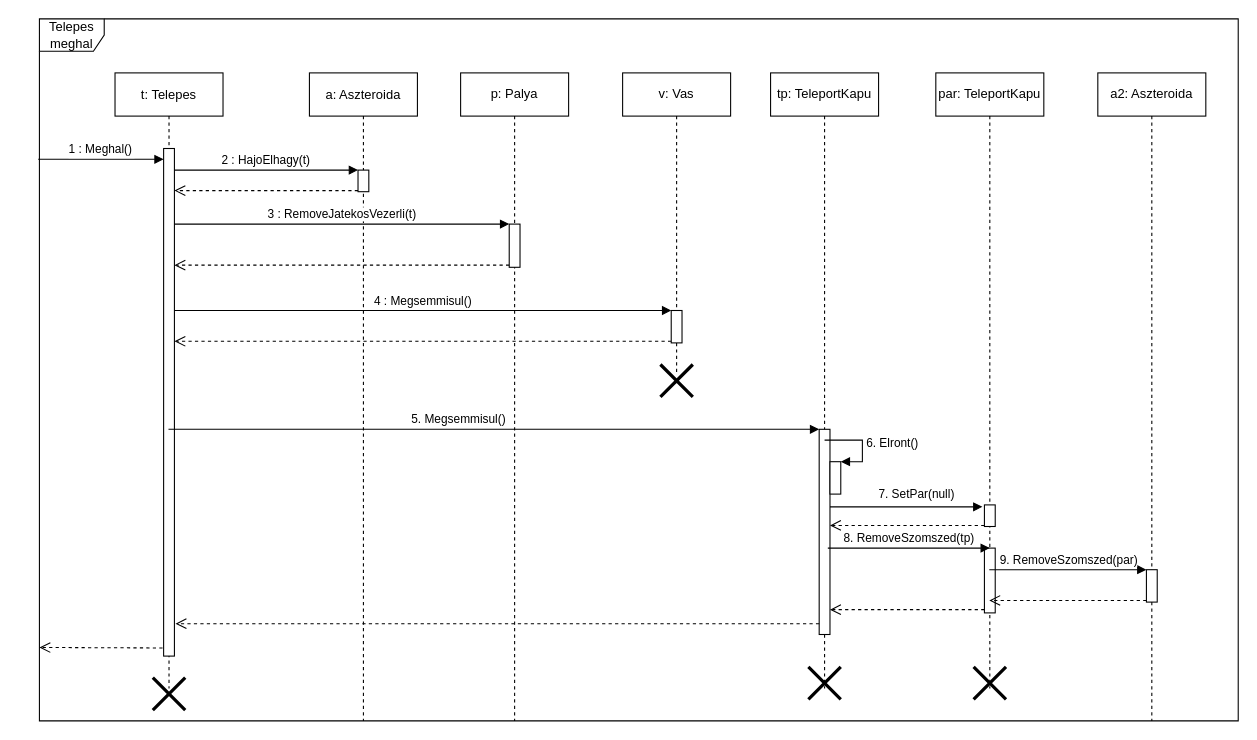
The draw.io diagram page "teleportkapu parjat mar kirakta" (1 of 3) of doc/szekvencia/4het_szek_telepesMeghal.drawio in torpeBoiGo/aszteroidabanyaszat, before the edit. Source tidied: cells renumbered, new cells numbered last; positions are measured from the earlier drawing's top-left corner, leaving out a move shared by most shapes. Both pictures are drawn from the tidied source at 108%, with x=0, y=0 at pixel (39, 18).
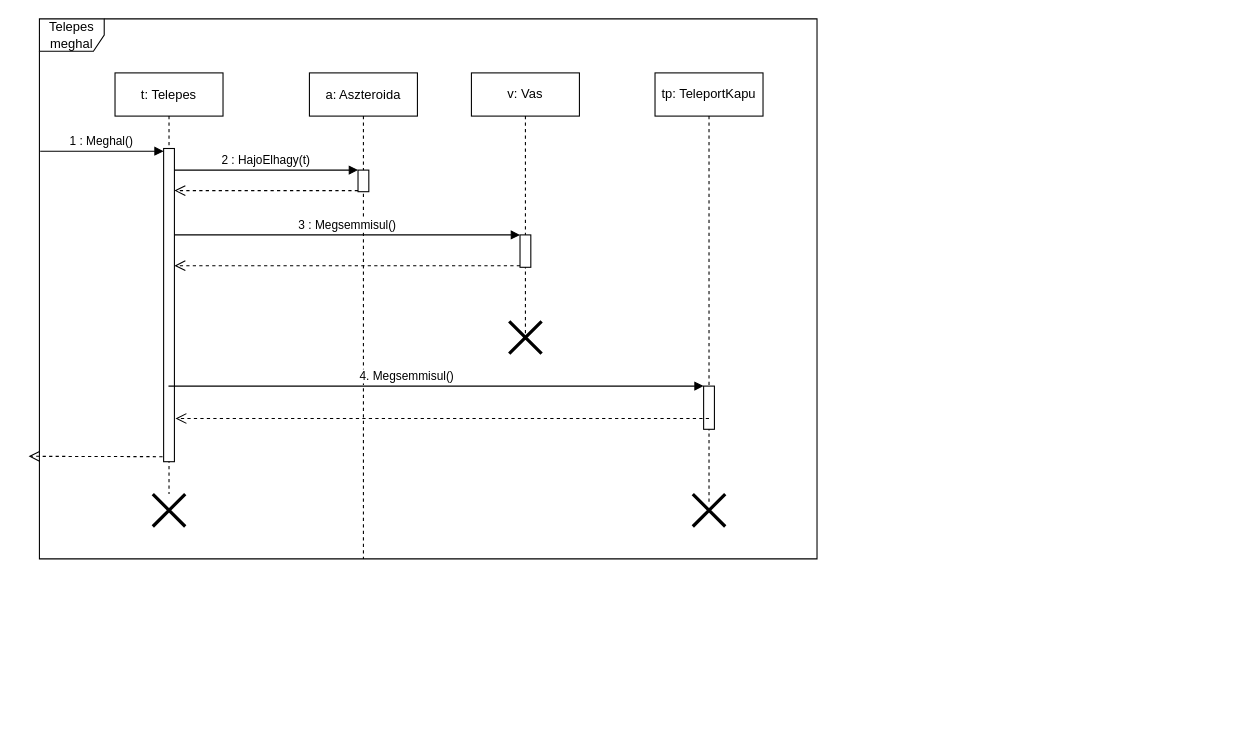
The same diagram, later.

Commit message (it also covers changes not shown here):
Update 4het_szek_telepesMeghal.drawio: teleport kapu megsemmisul kulon

Diff of the diagram source:
```diff
@@
     <mxCell id="2" value="Telepes meghal" style="shape=umlFrame;whiteSpace=wrap;html=1;" parent="1" vertex="1">
-      <mxGeometry width="1110" height="650" as="geometry" />
+      <mxGeometry width="720" height="500" as="geometry" />
     </mxCell>
     <mxCell id="3" value="t: Telepes" style="shape=umlLifeline;perimeter=lifelinePerimeter;rounded=0;shadow=0;strokeWidth=1;" parent="1" vertex="1">
-      <mxGeometry x="70" y="50" width="100" height="570" as="geometry" />
+      <mxGeometry x="70" y="50" width="100" height="390" as="geometry" />
     </mxCell>
     <mxCell id="4" style="points=[];perimeter=orthogonalPerimeter;rounded=0;shadow=0;strokeWidth=1;" parent="3" vertex="1">
-      <mxGeometry x="45" y="70" width="10" height="470" as="geometry" />
+      <mxGeometry x="45" y="70" width="10" height="290" as="geometry" />
     </mxCell>
     <mxCell id="5" value="a: Aszteroida" style="shape=umlLifeline;perimeter=lifelinePerimeter;rounded=0;shadow=0;strokeWidth=1;" parent="1" vertex="1">
-      <mxGeometry x="250" y="50" width="100" height="600" as="geometry" />
+      <mxGeometry x="250" y="50" width="100" height="450" as="geometry" />
     </mxCell>
@@
-    <mxCell id="9" value="p: Palya" style="shape=umlLifeline;perimeter=lifelinePerimeter;whiteSpace=wrap;html=1;" parent="1" vertex="1">
-      <mxGeometry x="390" y="50" width="100" height="600" as="geometry" />
-    </mxCell>
-    <mxCell id="10" style="html=1;points=[];perimeter=orthogonalPerimeter;" parent="9" vertex="1">
-      <mxGeometry x="45" y="140" width="10" height="40" as="geometry" />
-    </mxCell>
     <mxCell id="11" value="v: Vas" style="shape=umlLifeline;perimeter=lifelinePerimeter;whiteSpace=wrap;html=1;" parent="1" vertex="1">
-      <mxGeometry x="540" y="50" width="100" height="280" as="geometry" />
+      <mxGeometry x="400" y="50" width="100" height="250" as="geometry" />
     </mxCell>
     <mxCell id="12" style="html=1;points=[];perimeter=orthogonalPerimeter;" parent="11" vertex="1">
-      <mxGeometry x="45" y="220" width="10" height="30" as="geometry" />
+      <mxGeometry x="45" y="150" width="10" height="30" as="geometry" />
     </mxCell>
-    <mxCell id="13" value="3 : RemoveJatekosVezerli(t)" style="html=1;verticalAlign=bottom;endArrow=block;entryX=0;entryY=0;" parent="1" edge="1" source="4" target="10">
-      <mxGeometry relative="1" as="geometry" />
-    </mxCell>
-    <mxCell id="14" style="html=1;verticalAlign=bottom;endArrow=open;dashed=1;endSize=8;exitX=0;exitY=0.95;" parent="1" edge="1" source="10" target="4">
-      <mxGeometry relative="1" as="geometry" />
-    </mxCell>
+    <mxCell id="17" style="shape=umlDestroy;whiteSpace=wrap;html=1;strokeWidth=3;" parent="11" vertex="1">
+      <mxGeometry x="35" y="230" width="30" height="30" as="geometry" />
+    </mxCell>
-    <mxCell id="15" value="4 : Megsemmisul()" style="html=1;verticalAlign=bottom;endArrow=block;entryX=0;entryY=0;" parent="1" edge="1" source="4" target="12">
+    <mxCell id="15" value="3 : Megsemmisul()" style="html=1;verticalAlign=bottom;endArrow=block;entryX=0;entryY=0;" parent="1" edge="1" source="4" target="12">
       <mxGeometry relative="1" as="geometry" />
     </mxCell>
@@
-    <mxCell id="17" style="shape=umlDestroy;whiteSpace=wrap;html=1;strokeWidth=3;" parent="1" vertex="1">
-      <mxGeometry x="575" y="320" width="30" height="30" as="geometry" />
-    </mxCell>
     <mxCell id="18" style="html=1;verticalAlign=bottom;endArrow=open;dashed=1;endSize=8;exitX=-0.1;exitY=0.984;exitDx=0;exitDy=0;exitPerimeter=0;" parent="1" edge="1" source="4">
       <mxGeometry relative="1" as="geometry">
-        <mxPoint y="582" as="targetPoint" />
+        <mxPoint x="-10" y="405" as="targetPoint" />
       </mxGeometry>
     </mxCell>
     <mxCell id="19" style="shape=umlDestroy;whiteSpace=wrap;html=1;strokeWidth=3;" parent="1" vertex="1">
-      <mxGeometry x="105" y="610" width="30" height="30" as="geometry" />
+      <mxGeometry x="105" y="440" width="30" height="30" as="geometry" />
     </mxCell>
-    <mxCell id="20" value="1 : Meghal()" style="verticalAlign=bottom;startArrow=none;endArrow=block;startSize=8;shadow=0;strokeWidth=1;startFill=0;exitX=-0.001;exitY=0.2;exitDx=0;exitDy=0;exitPerimeter=0;" parent="1" edge="1" source="2" target="4">
+    <mxCell id="20" value="1 : Meghal()" style="verticalAlign=bottom;startArrow=none;endArrow=block;startSize=8;shadow=0;strokeWidth=1;startFill=0;exitX=0.001;exitY=0.245;exitDx=0;exitDy=0;exitPerimeter=0;" parent="1" edge="1" source="2" target="4">
       <mxGeometry relative="1" as="geometry" />
     </mxCell>
     <mxCell id="21" value="tp: TeleportKapu" style="shape=umlLifeline;perimeter=lifelinePerimeter;whiteSpace=wrap;html=1;" parent="1" vertex="1">
-      <mxGeometry x="677" y="50" width="100" height="570" as="geometry" />
+      <mxGeometry x="570" y="50" width="100" height="400" as="geometry" />
     </mxCell>
     <mxCell id="22" style="html=1;points=[];perimeter=orthogonalPerimeter;" parent="21" vertex="1">
-      <mxGeometry x="45" y="330" width="10" height="190" as="geometry" />
+      <mxGeometry x="45" y="290" width="10" height="40" as="geometry" />
     </mxCell>
-    <mxCell id="23" style="html=1;points=[];perimeter=orthogonalPerimeter;" parent="21" vertex="1">
-      <mxGeometry x="55" y="360" width="10" height="30" as="geometry" />
-    </mxCell>
-    <mxCell id="24" value="6. Elront()" style="edgeStyle=orthogonalEdgeStyle;html=1;align=left;spacingLeft=2;endArrow=block;rounded=0;entryX=1;entryY=0;" parent="21" edge="1" target="23">
-      <mxGeometry relative="1" as="geometry">
-        <mxPoint x="50" y="340" as="sourcePoint" />
-        <Array as="points">
-          <mxPoint x="85" y="340" />
-        </Array>
-      </mxGeometry>
-    </mxCell>
-    <mxCell id="25" style="shape=umlDestroy;whiteSpace=wrap;html=1;strokeWidth=3;" parent="21" vertex="1">
-      <mxGeometry x="35" y="550" width="30" height="30" as="geometry" />
-    </mxCell>
-    <mxCell id="26" value="par: TeleportKapu" style="shape=umlLifeline;perimeter=lifelinePerimeter;whiteSpace=wrap;html=1;outlineConnect=0;" parent="1" vertex="1">
-      <mxGeometry x="830" y="50" width="100" height="570" as="geometry" />
-    </mxCell>
-    <mxCell id="27" style="html=1;points=[];perimeter=orthogonalPerimeter;" parent="26" vertex="1">
-      <mxGeometry x="45" y="440" width="10" height="60" as="geometry" />
-    </mxCell>
-    <mxCell id="28" style="html=1;points=[];perimeter=orthogonalPerimeter;" parent="26" vertex="1">
-      <mxGeometry x="45" y="400" width="10" height="20" as="geometry" />
-    </mxCell>
-    <mxCell id="29" style="shape=umlDestroy;whiteSpace=wrap;html=1;strokeWidth=3;" parent="26" vertex="1">
-      <mxGeometry x="35" y="550" width="30" height="30" as="geometry" />
-    </mxCell>
-    <mxCell id="30" style="html=1;verticalAlign=bottom;endArrow=open;dashed=1;endSize=8;exitX=0;exitY=0.95;" parent="1" edge="1" source="27" target="22">
-      <mxGeometry x="0.01" y="82" relative="1" as="geometry" />
-    </mxCell>
-    <mxCell id="31" value="7. SetPar(null)" style="html=1;verticalAlign=bottom;endArrow=block;entryX=-0.186;entryY=0.091;entryDx=0;entryDy=0;entryPerimeter=0;" parent="1" edge="1" source="22" target="28">
-      <mxGeometry x="0.14" y="3" relative="1" as="geometry" />
-    </mxCell>
-    <mxCell id="32" style="html=1;verticalAlign=bottom;endArrow=open;dashed=1;endSize=8;exitX=0;exitY=0.95;" parent="1" edge="1" source="28" target="22">
-      <mxGeometry x="0.01" y="82" relative="1" as="geometry" />
-    </mxCell>
-    <mxCell id="33" value="5. Megsemmisul()" style="html=1;verticalAlign=bottom;endArrow=block;entryX=0;entryY=0;" parent="1" edge="1" source="3" target="22">
+    <mxCell id="33" value="4. Megsemmisul()" style="html=1;verticalAlign=bottom;endArrow=block;entryX=0;entryY=0;" parent="1" edge="1" source="3" target="22">
       <mxGeometry x="-0.11" relative="1" as="geometry" />
     </mxCell>
     <mxCell id="34" style="html=1;verticalAlign=bottom;endArrow=open;dashed=1;endSize=8;" parent="1" edge="1">
       <mxGeometry x="1" y="-52" relative="1" as="geometry">
-        <mxPoint x="722" y="560" as="sourcePoint" />
-        <mxPoint x="126" y="560" as="targetPoint" />
+        <mxPoint x="620" y="370" as="sourcePoint" />
+        <mxPoint x="126" y="370" as="targetPoint" />
         <mxPoint x="-15" y="2" as="offset" />
       </mxGeometry>
     </mxCell>
-    <mxCell id="35" value="8. RemoveSzomszed(tp)" style="html=1;verticalAlign=bottom;endArrow=block;" parent="1" edge="1">
-      <mxGeometry relative="1" as="geometry">
-        <mxPoint x="730" y="490" as="sourcePoint" />
-        <mxPoint x="880" y="490" as="targetPoint" />
-      </mxGeometry>
-    </mxCell>
-    <mxCell id="36" value="a2: Aszteroida" style="shape=umlLifeline;perimeter=lifelinePerimeter;whiteSpace=wrap;html=1;" parent="1" vertex="1">
-      <mxGeometry x="980" y="50" width="100" height="600" as="geometry" />
-    </mxCell>
-    <mxCell id="37" style="html=1;points=[];perimeter=orthogonalPerimeter;" parent="36" vertex="1">
-      <mxGeometry x="45" y="460" width="10" height="30" as="geometry" />
-    </mxCell>
-    <mxCell id="38" value="9. RemoveSzomszed(par)" style="html=1;verticalAlign=bottom;endArrow=block;entryX=0;entryY=0;" parent="1" edge="1" source="26" target="37">
-      <mxGeometry relative="1" as="geometry" />
-    </mxCell>
-    <mxCell id="39" style="html=1;verticalAlign=bottom;endArrow=open;dashed=1;endSize=8;exitX=0;exitY=0.95;" parent="1" edge="1" source="37" target="26">
-      <mxGeometry relative="1" as="geometry" />
-    </mxCell>
+    <mxCell id="25" style="shape=umlDestroy;whiteSpace=wrap;html=1;strokeWidth=3;" parent="1" vertex="1">
+      <mxGeometry x="605" y="440" width="30" height="30" as="geometry" />
+    </mxCell>
```
